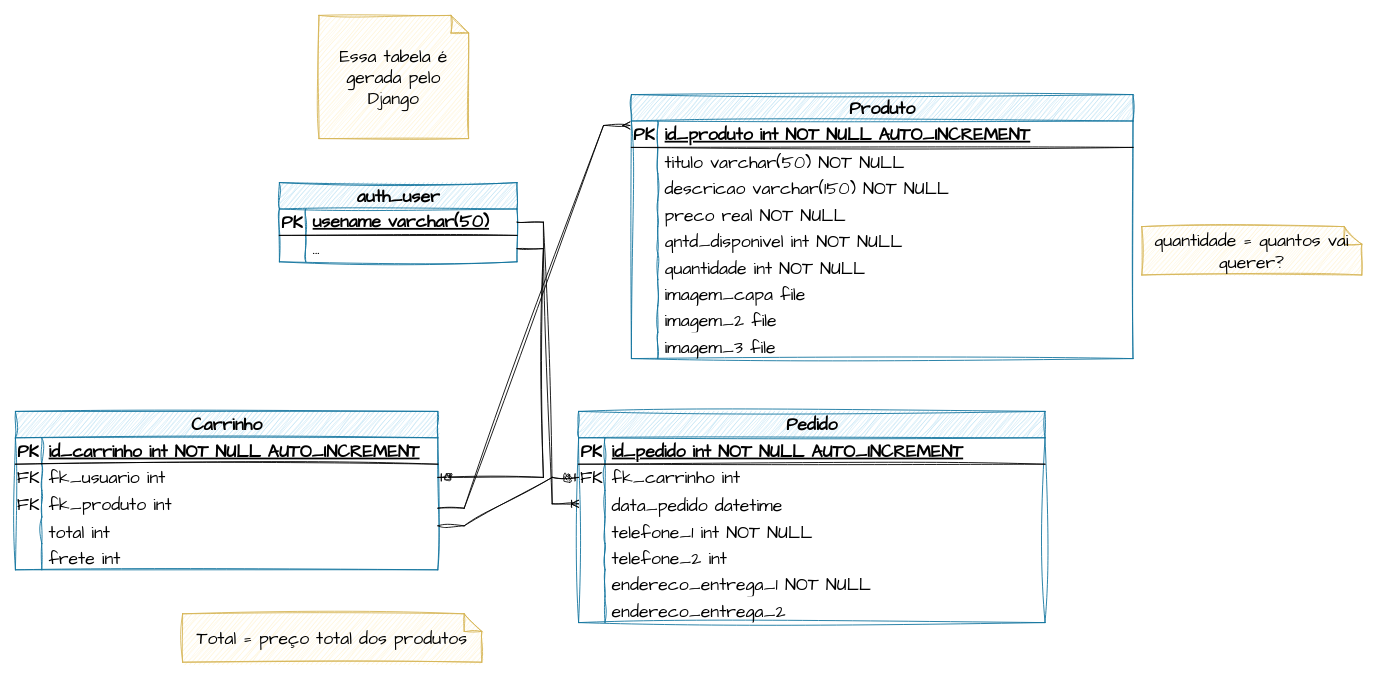
Above: docs/DER.drawio in rafaelngoncalves5/classewatches (draw.io), before the change. Source tidied: cells renumbered, new cells numbered last; positions are measured from the earlier drawing's top-left corner, leaving out a move shared by most shapes. Both pictures are drawn from the tidied source at 88%, with x=0, y=0 at pixel (15, 15).
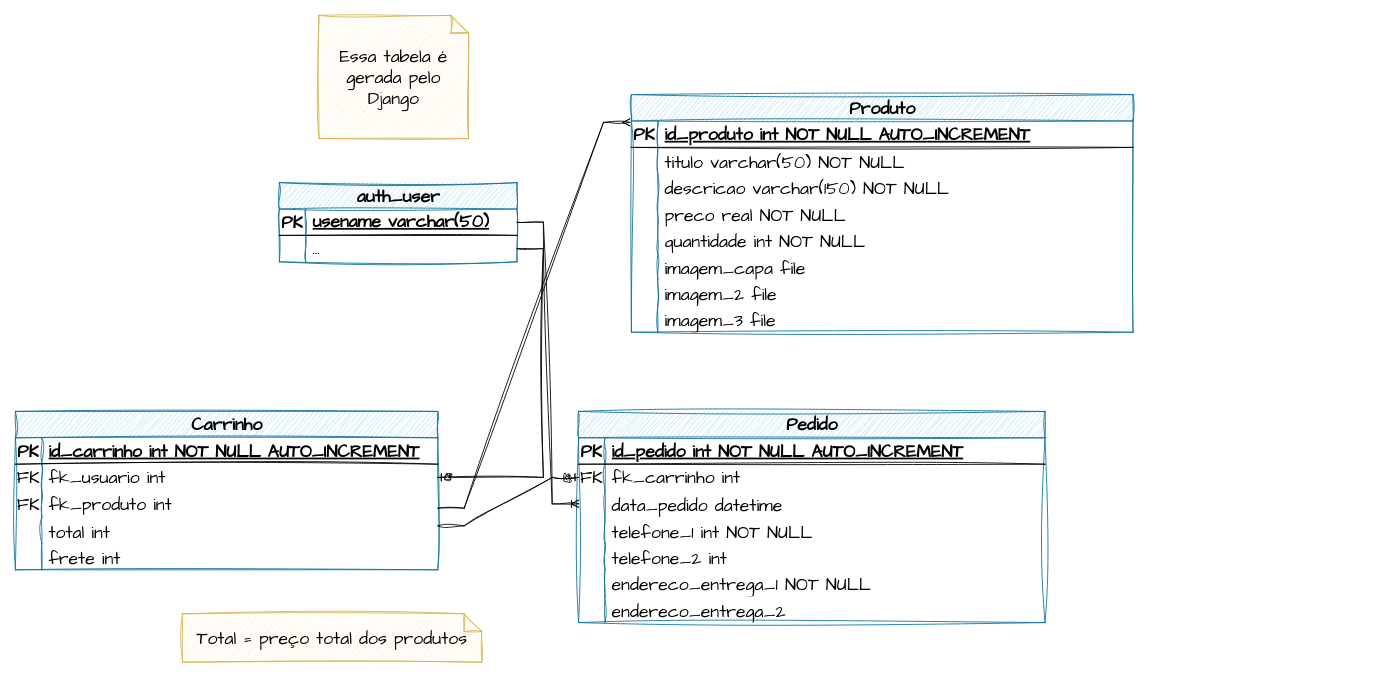
The same diagram, later.

Diff of the diagram source:
```diff
@@
     <mxCell id="2" value="&lt;font color=&quot;#000000&quot;&gt;Produto&lt;/font&gt;" style="shape=table;startSize=30;childLayout=tableLayout;rowLines=0;fontStyle=1;align=center;html=1;sketch=1;hachureGap=4;jiggle=2;curveFitting=1;fontFamily=Architects Daughter;fontSize=20;fillColor=#b1ddf0;strokeColor=#10739e;" parent="1" vertex="1">
-      <mxGeometry x="700" y="90" width="570" height="300" as="geometry" />
+      <mxGeometry x="700" y="90" width="570" height="270" as="geometry" />
     </mxCell>
@@
-    <mxCell id="15" style="shape=tableRow;horizontal=0;startSize=0;swimlaneHead=0;swimlaneBody=0;fillColor=none;top=0;left=0;right=0;bottom=0;sketch=1;hachureGap=4;jiggle=2;curveFitting=1;fontFamily=Architects Daughter;fontSize=20;" parent="2" vertex="1">
-      <mxGeometry y="150" width="570" height="30" as="geometry" />
-    </mxCell>
-    <mxCell id="16" style="shape=partialRectangle;fillColor=none;top=0;left=0;bottom=0;right=0;overflow=hidden;sketch=1;hachureGap=4;jiggle=2;curveFitting=1;fontFamily=Architects Daughter;fontSize=20;" parent="15" vertex="1">
-      <mxGeometry width="30" height="30" as="geometry" />
-    </mxCell>
-    <mxCell id="17" value="qntd_disponivel int NOT NULL" style="shape=partialRectangle;fillColor=none;top=0;left=0;bottom=0;right=0;align=left;spacingLeft=6;overflow=hidden;sketch=1;hachureGap=4;jiggle=2;curveFitting=1;fontFamily=Architects Daughter;fontSize=20;" parent="15" vertex="1">
-      <mxGeometry x="30" width="540" height="30" as="geometry" />
-    </mxCell>
     <mxCell id="18" style="shape=tableRow;horizontal=0;startSize=0;swimlaneHead=0;swimlaneBody=0;fillColor=none;top=0;left=0;right=0;bottom=0;sketch=1;hachureGap=4;jiggle=2;curveFitting=1;fontFamily=Architects Daughter;fontSize=20;" parent="2" vertex="1">
-      <mxGeometry y="180" width="570" height="30" as="geometry" />
+      <mxGeometry y="150" width="570" height="30" as="geometry" />
     </mxCell>
@@
     <mxCell id="21" style="shape=tableRow;horizontal=0;startSize=0;swimlaneHead=0;swimlaneBody=0;fillColor=none;top=0;left=0;right=0;bottom=0;sketch=1;hachureGap=4;jiggle=2;curveFitting=1;fontFamily=Architects Daughter;fontSize=20;" parent="2" vertex="1">
-      <mxGeometry y="210" width="570" height="30" as="geometry" />
+      <mxGeometry y="180" width="570" height="30" as="geometry" />
     </mxCell>
@@
     <mxCell id="24" style="shape=tableRow;horizontal=0;startSize=0;swimlaneHead=0;swimlaneBody=0;fillColor=none;top=0;left=0;right=0;bottom=0;sketch=1;hachureGap=4;jiggle=2;curveFitting=1;fontFamily=Architects Daughter;fontSize=20;" parent="2" vertex="1">
-      <mxGeometry y="240" width="570" height="30" as="geometry" />
+      <mxGeometry y="210" width="570" height="30" as="geometry" />
     </mxCell>
@@
     <mxCell id="27" style="shape=tableRow;horizontal=0;startSize=0;swimlaneHead=0;swimlaneBody=0;fillColor=none;top=0;left=0;right=0;bottom=0;sketch=1;hachureGap=4;jiggle=2;curveFitting=1;fontFamily=Architects Daughter;fontSize=20;" parent="2" vertex="1">
-      <mxGeometry y="270" width="570" height="30" as="geometry" />
+      <mxGeometry y="240" width="570" height="30" as="geometry" />
     </mxCell>
@@
-    <mxCell id="83" value="quantidade = quantos vai querer?" style="shape=note;size=20;whiteSpace=wrap;html=1;sketch=1;hachureGap=4;jiggle=2;curveFitting=1;fontFamily=Architects Daughter;fontSize=20;fillColor=#fff2cc;strokeColor=#d6b656;" parent="1" vertex="1">
-      <mxGeometry x="1280" y="240" width="250" height="55" as="geometry" />
-    </mxCell>
```
